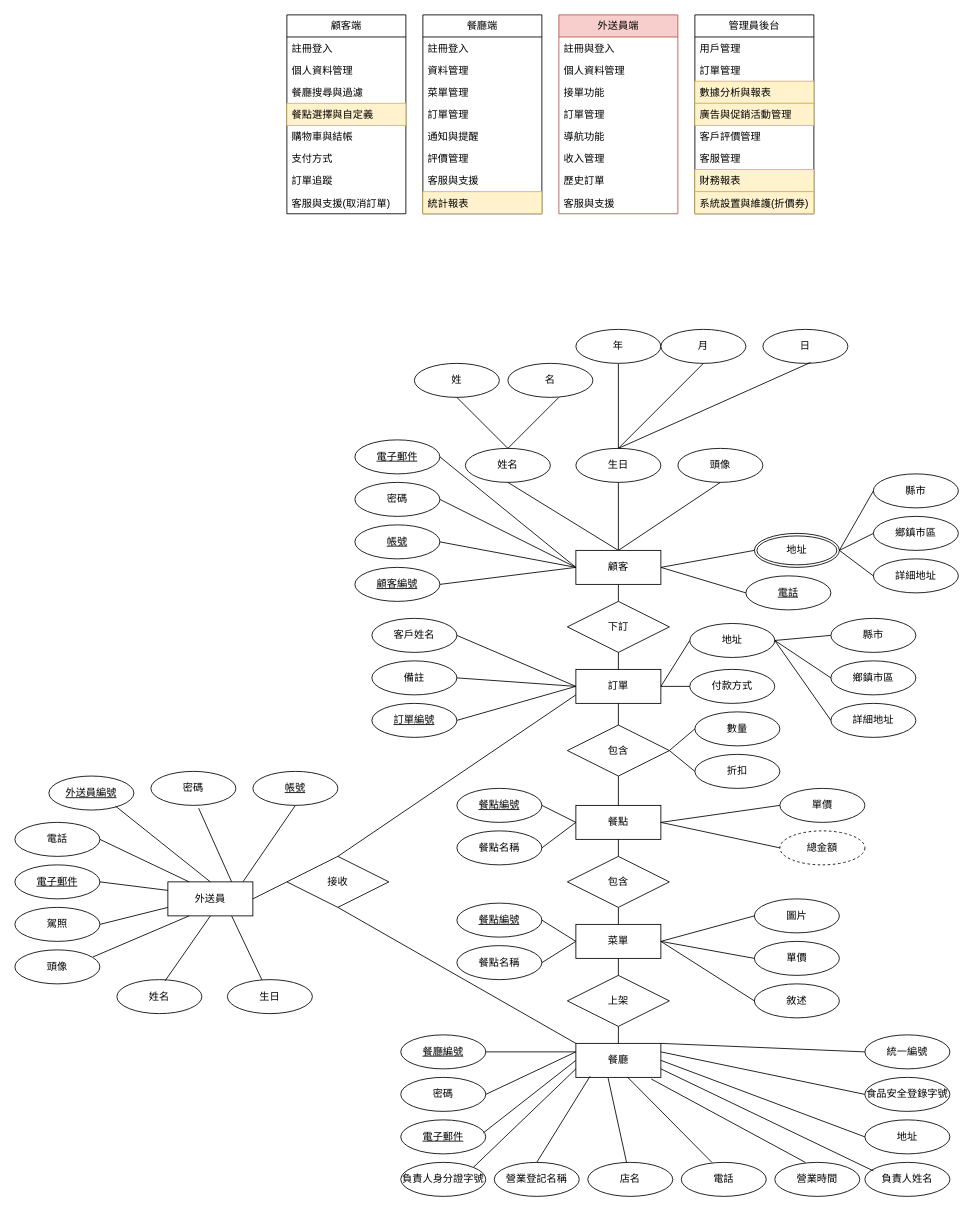
Before: page "第 3 页" (3 of 4) of structure.drawio in yupm15/project2, a draw.io diagram. Source tidied: cells renumbered, new cells numbered last; positions are measured from the earlier drawing's top-left corner, leaving out a move shared by most shapes. Both pictures are drawn from the tidied source at 85%, with x=0, y=0 at pixel (14, 14).
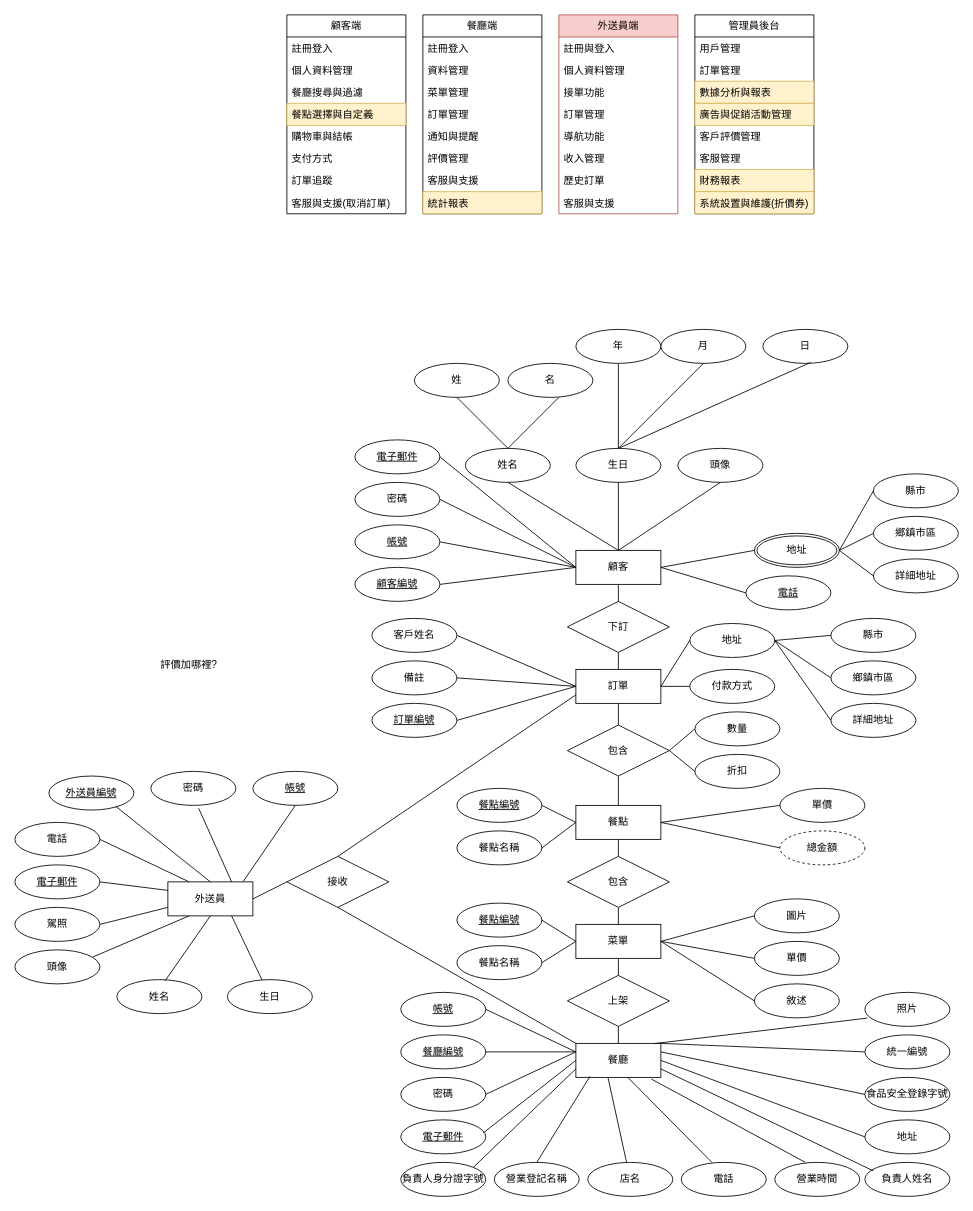
The same diagram, later.

Unchanged cells that the change refers to:
```xml
<mxCell id="64" value="餐廳" style="whiteSpace=wrap;html=1;align=center;" parent="1" vertex="1">
  <mxGeometry x="660" y="1210" width="100" height="40" as="geometry" />
</mxCell>
```

Change to the diagram source:
```diff
@@
+    <mxCell id="175" value="照片" style="ellipse;whiteSpace=wrap;html=1;align=center;" parent="1" vertex="1">
+      <mxGeometry x="1000" y="1150" width="100" height="40" as="geometry" />
+    </mxCell>
+    <mxCell id="176" style="endArrow=none;html=1;rounded=0;entryX=0.028;entryY=0.757;entryDx=0;entryDy=0;entryPerimeter=0;exitX=0.919;exitY=0.007;exitDx=0;exitDy=0;exitPerimeter=0;" parent="1" edge="1" source="64" target="175">
+      <mxGeometry relative="1" as="geometry" />
+    </mxCell>
+    <mxCell id="177" value="帳號" style="ellipse;whiteSpace=wrap;html=1;align=center;fontStyle=4;" parent="1" vertex="1">
+      <mxGeometry x="454" y="1150" width="100" height="40" as="geometry" />
+    </mxCell>
+    <mxCell id="178" style="endArrow=none;html=1;rounded=0;exitX=1;exitY=0.5;exitDx=0;exitDy=0;entryX=0;entryY=0.25;entryDx=0;entryDy=0;" parent="1" edge="1" source="177" target="64">
+      <mxGeometry relative="1" as="geometry" />
+    </mxCell>
+    <mxCell id="179" value="評價加哪裡?" style="text;html=1;strokeColor=none;fillColor=none;align=center;verticalAlign=middle;whiteSpace=wrap;rounded=0;" parent="1" vertex="1">
+      <mxGeometry x="150" y="750" width="110" height="30" as="geometry" />
+    </mxCell>
```
